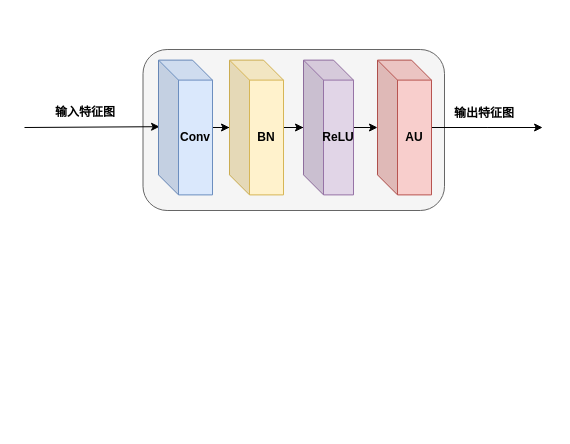
Above: cross-attention-unit.drawio in JMYok/wx_crossLearn (draw.io), before the change. Source tidied: cells renumbered, new cells numbered last; positions are measured from the earlier drawing's top-left corner, leaving out a move shared by most shapes. Both pictures are drawn from the tidied source at 100%, with x=0, y=0 at pixel (24, 49).
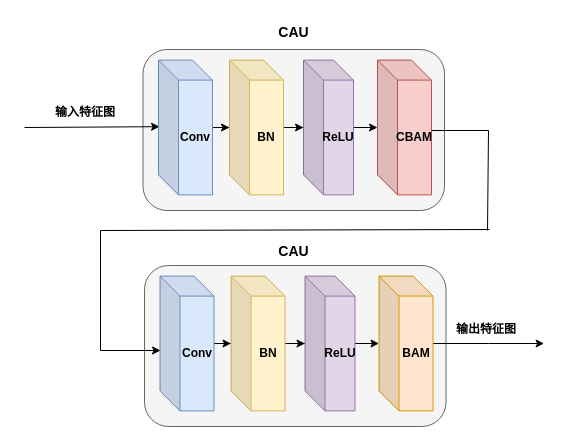
The same page after the edit.

The edit, as a diff of the source:
```diff
@@
-    <mxCell id="5" value="&lt;b&gt;输出特征图&lt;/b&gt;" style="text;html=1;align=center;verticalAlign=middle;whiteSpace=wrap;rounded=0;" parent="1" vertex="1">
-      <mxGeometry x="420" y="48" width="80" height="31" as="geometry" />
-    </mxCell>
@@
-    <mxCell id="12" style="edgeStyle=orthogonalEdgeStyle;rounded=0;jettySize=auto;html=1;" parent="1" edge="1" source="13">
-      <mxGeometry relative="1" as="geometry">
-        <mxPoint x="518.1" y="78" as="targetPoint" />
-      </mxGeometry>
-    </mxCell>
+    <mxCell id="14" style="rounded=0;jettySize=auto;html=1;exitX=0;exitY=0;exitDx=54;exitDy=77.375;exitPerimeter=0;jumpStyle=none;verticalAlign=middle;edgeStyle=orthogonalEdgeStyle;endArrow=none;endFill=0;" parent="1" edge="1" source="13">
+      <mxGeometry relative="1" as="geometry">
+        <mxPoint x="463" y="181" as="targetPoint" />
+        <Array as="points">
+          <mxPoint x="407" y="81" />
+          <mxPoint x="464" y="81" />
+        </Array>
+      </mxGeometry>
+    </mxCell>
-    <mxCell id="13" value="&lt;b&gt;AU&lt;/b&gt;" style="shape=cube;whiteSpace=wrap;html=1;boundedLbl=1;backgroundOutline=1;darkOpacity=0.05;darkOpacity2=0.1;fillColor=#f8cecc;strokeColor=#b85450;" parent="1" vertex="1">
+    <mxCell id="13" value="&lt;b&gt;CBAM&lt;/b&gt;" style="shape=cube;whiteSpace=wrap;html=1;boundedLbl=1;backgroundOutline=1;darkOpacity=0.05;darkOpacity2=0.1;fillColor=#f8cecc;strokeColor=#b85450;" parent="1" vertex="1">
       <mxGeometry x="353" y="10.6" width="54" height="134.8" as="geometry" />
     </mxCell>
+    <mxCell id="15" style="rounded=1;whiteSpace=wrap;html=1;fillColor=#f5f5f5;fontColor=#333333;strokeColor=#666666;" parent="1" vertex="1">
+      <mxGeometry x="120" y="216" width="301.5" height="161" as="geometry" />
+    </mxCell>
+    <mxCell id="5" value="&lt;b&gt;输出特征图&lt;/b&gt;" style="text;html=1;align=center;verticalAlign=middle;whiteSpace=wrap;rounded=0;" parent="1" vertex="1">
+      <mxGeometry x="421.5" y="264" width="80" height="31" as="geometry" />
+    </mxCell>
+    <mxCell id="16" style="edgeStyle=orthogonalEdgeStyle;rounded=0;jettySize=auto;html=1;" parent="1" edge="1" source="17" target="19">
+      <mxGeometry relative="1" as="geometry" />
+    </mxCell>
+    <mxCell id="17" value="&lt;b&gt;Conv&lt;/b&gt;" style="shape=cube;whiteSpace=wrap;html=1;boundedLbl=1;backgroundOutline=1;darkOpacity=0.05;darkOpacity2=0.1;fillColor=#dae8fc;strokeColor=#6c8ebf;" parent="1" vertex="1">
+      <mxGeometry x="135.5" y="226.6" width="54" height="134.8" as="geometry" />
+    </mxCell>
+    <mxCell id="18" style="edgeStyle=orthogonalEdgeStyle;rounded=0;jettySize=auto;html=1;" parent="1" edge="1" source="19" target="21">
+      <mxGeometry relative="1" as="geometry" />
+    </mxCell>
+    <mxCell id="19" value="&lt;b&gt;BN&lt;/b&gt;" style="shape=cube;whiteSpace=wrap;html=1;boundedLbl=1;backgroundOutline=1;darkOpacity=0.05;darkOpacity2=0.1;fillColor=#fff2cc;strokeColor=#d6b656;" parent="1" vertex="1">
+      <mxGeometry x="206.5" y="226.6" width="54" height="134.8" as="geometry" />
+    </mxCell>
+    <mxCell id="20" style="edgeStyle=orthogonalEdgeStyle;rounded=0;jettySize=auto;html=1;" parent="1" edge="1" source="21" target="23">
+      <mxGeometry relative="1" as="geometry" />
+    </mxCell>
+    <mxCell id="21" value="&lt;b&gt;ReLU&lt;/b&gt;" style="shape=cube;whiteSpace=wrap;html=1;boundedLbl=1;backgroundOutline=1;darkOpacity=0.05;darkOpacity2=0.1;fillColor=#e1d5e7;strokeColor=#9673a6;" parent="1" vertex="1">
+      <mxGeometry x="280.5" y="226.6" width="50" height="134.8" as="geometry" />
+    </mxCell>
+    <mxCell id="22" style="edgeStyle=orthogonalEdgeStyle;rounded=0;jettySize=auto;html=1;" parent="1" edge="1" source="23">
+      <mxGeometry relative="1" as="geometry">
+        <mxPoint x="519.6" y="294" as="targetPoint" />
+      </mxGeometry>
+    </mxCell>
+    <mxCell id="23" value="&lt;b&gt;BAM&lt;/b&gt;" style="shape=cube;whiteSpace=wrap;html=1;boundedLbl=1;backgroundOutline=1;darkOpacity=0.05;darkOpacity2=0.1;fillColor=#ffe6cc;strokeColor=#d79b00;" parent="1" vertex="1">
+      <mxGeometry x="354.5" y="226.6" width="54" height="134.8" as="geometry" />
+    </mxCell>
+    <mxCell id="24" value="CAU" style="text;html=1;align=center;verticalAlign=middle;strokeColor=none;fillColor=none;fontSize=14;fontStyle=1;" parent="1" vertex="1">
+      <mxGeometry x="245.3" y="-32" width="48" height="29" as="geometry" />
+    </mxCell>
+    <mxCell id="25" value="CAU" style="text;html=1;align=center;verticalAlign=middle;strokeColor=none;fillColor=none;fontSize=14;fontStyle=1;" parent="1" vertex="1">
+      <mxGeometry x="245.3" y="187" width="48" height="29" as="geometry" />
+    </mxCell>
+    <mxCell id="26" style="endArrow=none;html=1;rounded=0;" parent="1" edge="1">
+      <mxGeometry relative="1" as="geometry">
+        <mxPoint x="76" y="181" as="sourcePoint" />
+        <mxPoint x="464.8" y="180" as="targetPoint" />
+      </mxGeometry>
+    </mxCell>
+    <mxCell id="27" style="endArrow=none;html=1;rounded=0;elbow=vertical;endFill=0;" parent="1" edge="1">
+      <mxGeometry relative="1" as="geometry">
+        <mxPoint x="76" y="181" as="sourcePoint" />
+        <mxPoint x="76" y="301" as="targetPoint" />
+      </mxGeometry>
+    </mxCell>
+    <mxCell id="28" style="endArrow=classic;html=1;rounded=0;" parent="1" edge="1">
+      <mxGeometry relative="1" as="geometry">
+        <mxPoint x="76" y="301" as="sourcePoint" />
+        <mxPoint x="136" y="301" as="targetPoint" />
+      </mxGeometry>
+    </mxCell>
```
